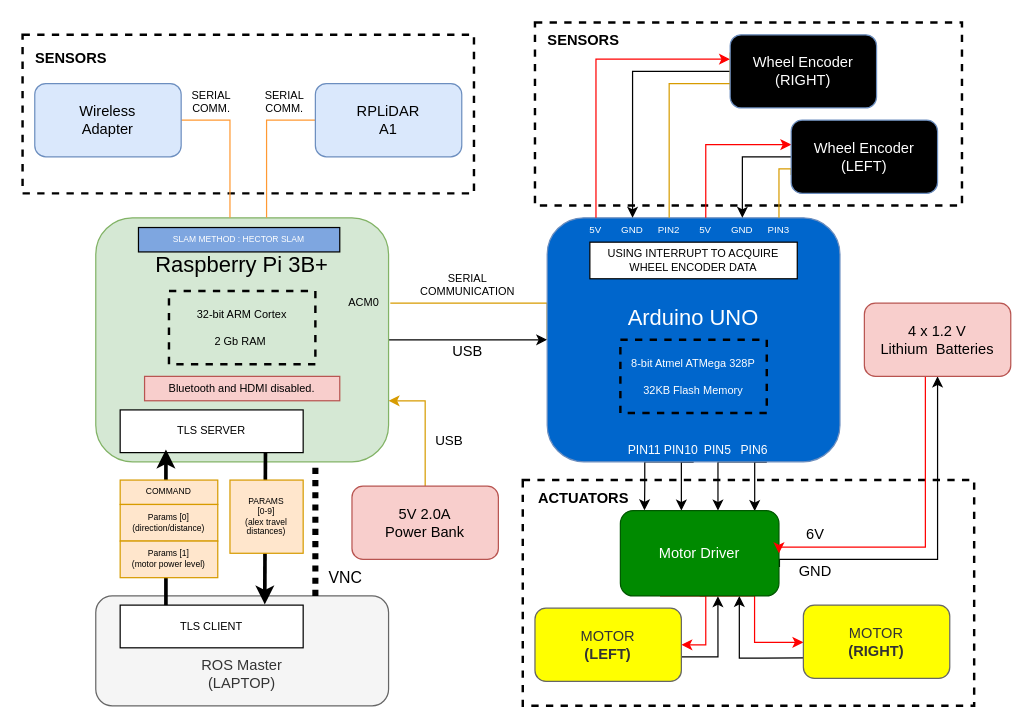
domaxi/alex142 keeps this draw.io diagram as alex_electronic_architecture.drawio. Above is the earlier version. Source tidied: cells renumbered, new cells numbered last; positions are measured from the earlier drawing's top-left corner, leaving out a move shared by most shapes. Both pictures are drawn from the tidied source at 122%, with x=0, y=0 at pixel (22, 22).
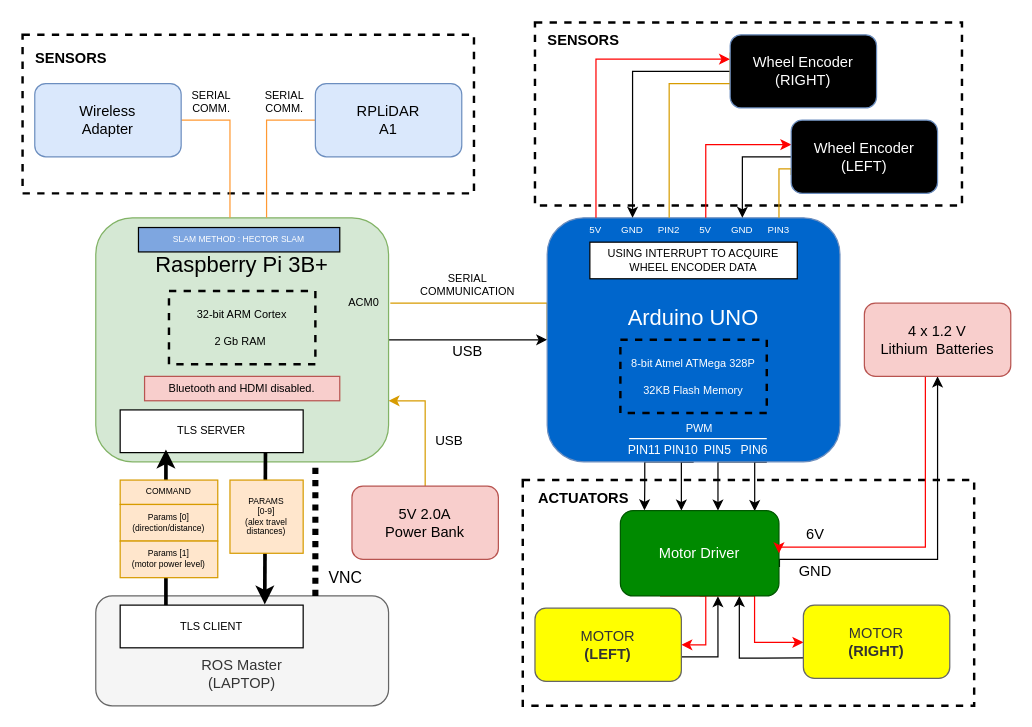
Above is the later version.

What changed in the source:
```diff
@@
+    <mxCell id="75" style="endArrow=none;html=1;exitX=-0.14;exitY=0;exitDx=0;exitDy=0;exitPerimeter=0;entryX=1;entryY=0;entryDx=0;entryDy=0;strokeColor=#FFFFFF;" parent="1" edge="1">
+      <mxGeometry relative="1" as="geometry">
+        <mxPoint x="497.2" y="341" as="sourcePoint" />
+        <mxPoint x="610" y="341" as="targetPoint" />
+      </mxGeometry>
+    </mxCell>
+    <mxCell id="76" value="&lt;font style=&quot;font-size: 9px&quot;&gt;PWM&lt;/font&gt;" style="text;html=1;strokeColor=none;fillColor=none;align=center;verticalAlign=middle;whiteSpace=wrap;rounded=0;fontColor=#FFFFFF;" parent="1" vertex="1">
+      <mxGeometry x="535" y="322" width="40" height="20" as="geometry" />
+    </mxCell>
```
